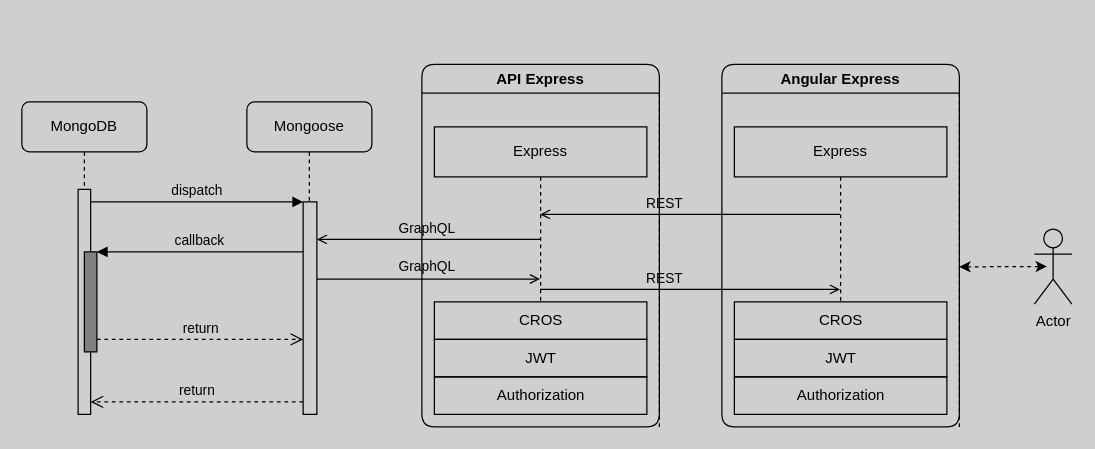
The draw.io diagram assets/architecture.drawio in karol-preiskorn/3d-inventory-api, before the edit. Source tidied: cells renumbered, new cells numbered last; positions are measured from the earlier drawing's top-left corner, leaving out a move shared by most shapes. Both pictures are drawn from the tidied source at 125%, with x=0, y=0 at pixel (21, 64).
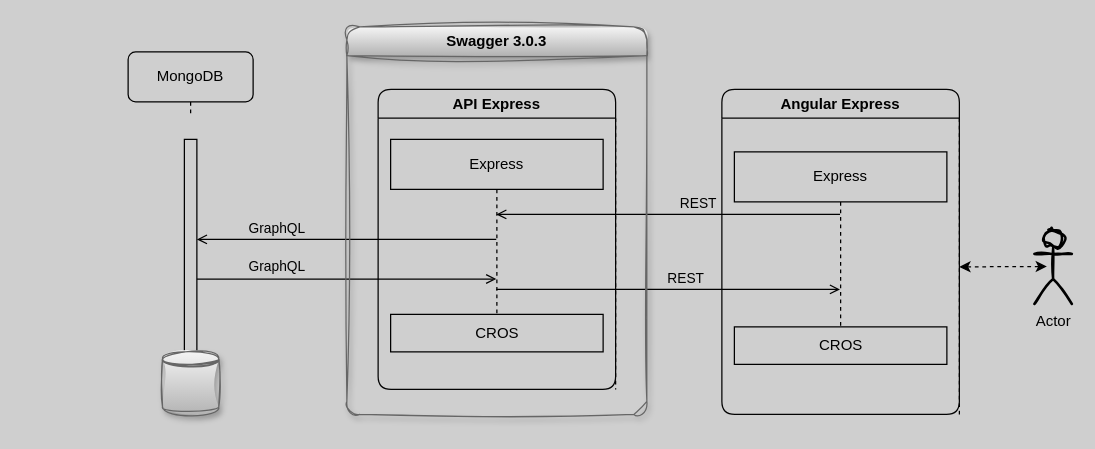
After the change.

Unchanged cells that the change refers to:
```xml
<mxCell id="3" style="html=1;points=[];perimeter=orthogonalPerimeter;outlineConnect=0;targetShapes=umlLifeline;portConstraint=eastwest;newEdgeStyle={&quot;edgeStyle&quot;:&quot;elbowEdgeStyle&quot;,&quot;elbow&quot;:&quot;vertical&quot;,&quot;curved&quot;:0,&quot;rounded&quot;:0};labelBorderColor=none;labelBackgroundColor=none;fontColor=#000000;fillColor=none;strokeColor=#000000;" parent="2" vertex="1">
  <mxGeometry x="45" y="70" width="10" height="180" as="geometry" />
</mxCell>
<mxCell id="21" style="endArrow=none;html=1;endFill=0;curved=1;shadow=0;startArrow=open;startFill=0;strokeColor=#000000;strokeWidth=1;labelBorderColor=none;labelBackgroundColor=none;fontColor=#000000;" parent="1" edge="1" source="13">
  <mxGeometry relative="1" as="geometry">
    <mxPoint x="654.5" y="120" as="targetPoint" />
    <Array as="points">
      <mxPoint x="544" y="120" />
    </Array>
  </mxGeometry>
</mxCell>
<mxCell id="23" style="endArrow=open;html=1;endFill=0;shadow=0;startArrow=none;startFill=0;strokeColor=#000000;strokeWidth=1;rounded=0;labelBorderColor=none;labelBackgroundColor=none;fontColor=#000000;" parent="1" edge="1" source="13">
  <mxGeometry relative="1" as="geometry">
    <mxPoint x="654.5" y="180" as="targetPoint" />
    <Array as="points">
      <mxPoint x="550" y="180" />
    </Array>
  </mxGeometry>
</mxCell>
```

Change to the diagram source:
```diff
@@
     <mxCell id="2" value="&lt;div&gt;MongoDB&lt;/div&gt;" style="shape=umlLifeline;perimeter=lifelinePerimeter;whiteSpace=wrap;html=1;newEdgeStyle={&quot;edgeStyle&quot;:&quot;elbowEdgeStyle&quot;,&quot;elbow&quot;:&quot;vertical&quot;,&quot;curved&quot;:0,&quot;rounded&quot;:0};labelBorderColor=none;labelBackgroundColor=none;fontColor=#000000;rounded=1;fillStyle=solid;fillColor=none;strokeColor=#000000;" parent="1" vertex="1">
-      <mxGeometry y="30" width="100" height="70" as="geometry" />
+      <mxGeometry x="85" y="-10" width="100" height="50" as="geometry" />
     </mxCell>
@@
-    <mxCell id="4" style="html=1;points=[];perimeter=orthogonalPerimeter;outlineConnect=0;targetShapes=umlLifeline;portConstraint=eastwest;newEdgeStyle={&quot;edgeStyle&quot;:&quot;elbowEdgeStyle&quot;,&quot;elbow&quot;:&quot;vertical&quot;,&quot;curved&quot;:0,&quot;rounded&quot;:0};labelBorderColor=none;labelBackgroundColor=none;fontColor=#000000;fillColor=#808080;strokeColor=#000000;" parent="2" vertex="1">
-      <mxGeometry x="50" y="120" width="10" height="80" as="geometry" />
-    </mxCell>
-    <mxCell id="5" value="&lt;div&gt;Mongoose&lt;/div&gt;" style="shape=umlLifeline;perimeter=lifelinePerimeter;whiteSpace=wrap;html=1;newEdgeStyle={&quot;edgeStyle&quot;:&quot;elbowEdgeStyle&quot;,&quot;elbow&quot;:&quot;vertical&quot;,&quot;curved&quot;:0,&quot;rounded&quot;:0};labelBorderColor=none;labelBackgroundColor=none;fontColor=#000000;rounded=1;fillStyle=solid;fillColor=none;strokeColor=#000000;" parent="1" vertex="1">
-      <mxGeometry x="180" y="30" width="100" height="80" as="geometry" />
-    </mxCell>
-    <mxCell id="6" style="html=1;points=[];perimeter=orthogonalPerimeter;outlineConnect=0;targetShapes=umlLifeline;portConstraint=eastwest;newEdgeStyle={&quot;edgeStyle&quot;:&quot;elbowEdgeStyle&quot;,&quot;elbow&quot;:&quot;vertical&quot;,&quot;curved&quot;:0,&quot;rounded&quot;:0};labelBorderColor=none;labelBackgroundColor=none;fontColor=#000000;fillColor=none;strokeColor=#000000;" parent="5" vertex="1">
-      <mxGeometry x="45" y="80" width="11" height="170" as="geometry" />
-    </mxCell>
-    <mxCell id="7" value="dispatch" style="html=1;verticalAlign=bottom;endArrow=block;edgeStyle=elbowEdgeStyle;elbow=vertical;curved=0;rounded=0;labelBorderColor=none;labelBackgroundColor=none;fontColor=#000000;strokeColor=#000000;" parent="1" edge="1" source="3" target="6">
-      <mxGeometry relative="1" as="geometry">
-        <Array as="points">
-          <mxPoint x="140" y="110" />
-        </Array>
-      </mxGeometry>
-    </mxCell>
-    <mxCell id="8" value="return" style="html=1;verticalAlign=bottom;endArrow=open;dashed=1;endSize=8;edgeStyle=elbowEdgeStyle;elbow=vertical;curved=0;rounded=0;labelBorderColor=none;labelBackgroundColor=none;fontColor=#000000;strokeColor=#000000;" parent="1" edge="1" source="6" target="3">
-      <mxGeometry relative="1" as="geometry">
-        <Array as="points">
-          <mxPoint x="150" y="270" />
-        </Array>
-      </mxGeometry>
-    </mxCell>
-    <mxCell id="9" value="callback" style="html=1;verticalAlign=bottom;endArrow=block;edgeStyle=elbowEdgeStyle;elbow=vertical;curved=0;rounded=0;labelBorderColor=none;labelBackgroundColor=none;fontColor=#000000;strokeColor=#000000;" parent="1" edge="1" source="6" target="4">
-      <mxGeometry relative="1" as="geometry">
-        <Array as="points">
-          <mxPoint x="150" y="150" />
-        </Array>
-      </mxGeometry>
-    </mxCell>
-    <mxCell id="10" value="return" style="html=1;verticalAlign=bottom;endArrow=open;dashed=1;endSize=8;edgeStyle=elbowEdgeStyle;elbow=vertical;curved=0;rounded=0;labelBorderColor=none;labelBackgroundColor=none;fontColor=#000000;strokeColor=#000000;" parent="1" edge="1" source="4" target="6">
-      <mxGeometry relative="1" as="geometry">
-        <Array as="points">
-          <mxPoint x="140" y="220" />
-        </Array>
-      </mxGeometry>
-    </mxCell>
     <mxCell id="11" value="API Express" style="swimlane;whiteSpace=wrap;html=1;rounded=1;shadow=0;labelBorderColor=none;labelBackgroundColor=none;fontColor=#000000;separatorColor=#000000;fillColor=none;strokeColor=#030303;" parent="1" vertex="1">
-      <mxGeometry x="320" width="190" height="290" as="geometry" />
+      <mxGeometry x="285" y="20" width="190" height="240" as="geometry" />
     </mxCell>
-    <mxCell id="12" value="Authorization" style="html=1;perimeter=orthogonalPerimeter;targetShapes=umlLifeline;newEdgeStyle={&quot;edgeStyle&quot;:&quot;elbowEdgeStyle&quot;,&quot;elbow&quot;:&quot;vertical&quot;,&quot;curved&quot;:0,&quot;rounded&quot;:0};labelBorderColor=none;labelBackgroundColor=none;fontColor=#000000;fillColor=none;strokeColor=#000000;" parent="11" vertex="1">
-      <mxGeometry x="10" y="250" width="170" height="30" as="geometry" />
-    </mxCell>
-    <mxCell id="13" value="Express" style="shape=umlLifeline;perimeter=lifelinePerimeter;whiteSpace=wrap;html=1;outlineConnect=0;portConstraint=eastwest;newEdgeStyle={&quot;edgeStyle&quot;:&quot;elbowEdgeStyle&quot;,&quot;elbow&quot;:&quot;vertical&quot;,&quot;curved&quot;:0,&quot;rounded&quot;:0};labelBorderColor=none;labelBackgroundColor=none;fontColor=#000000;strokeColor=#000000;fillColor=none;" parent="11" vertex="1">
-      <mxGeometry x="10" y="50" width="170" height="140" as="geometry" />
-    </mxCell>
-    <mxCell id="14" value="CROS" style="html=1;perimeter=orthogonalPerimeter;targetShapes=umlLifeline;newEdgeStyle={&quot;edgeStyle&quot;:&quot;elbowEdgeStyle&quot;,&quot;elbow&quot;:&quot;vertical&quot;,&quot;curved&quot;:0,&quot;rounded&quot;:0};labelBorderColor=none;labelBackgroundColor=none;fontColor=#000000;fillStyle=solid;strokeColor=#000000;fillColor=none;" parent="13" vertex="1">
-      <mxGeometry y="140" width="170" height="30" as="geometry" />
-    </mxCell>
-    <mxCell id="15" value="&lt;div&gt;JWT&lt;/div&gt;" style="html=1;perimeter=orthogonalPerimeter;targetShapes=umlLifeline;newEdgeStyle={&quot;edgeStyle&quot;:&quot;elbowEdgeStyle&quot;,&quot;elbow&quot;:&quot;vertical&quot;,&quot;curved&quot;:0,&quot;rounded&quot;:0};labelBorderColor=none;labelBackgroundColor=none;fontColor=#000000;fillColor=none;strokeColor=#000000;" parent="11" vertex="1">
-      <mxGeometry x="10" y="220" width="170" height="30" as="geometry" />
-    </mxCell>
-    <mxCell id="16" style="endArrow=open;html=1;endFill=0;shadow=0;startArrow=none;startFill=0;strokeColor=#000000;strokeWidth=1;rounded=0;labelBorderColor=none;labelBackgroundColor=none;fontColor=#000000;" parent="1" edge="1" source="6" target="13">
+    <mxCell id="16" style="endArrow=open;html=1;endFill=0;shadow=0;startArrow=none;startFill=0;strokeColor=#000000;strokeWidth=1;rounded=0;labelBorderColor=none;labelBackgroundColor=none;fontColor=#000000;" parent="1" edge="1" source="3" target="13">
       <mxGeometry relative="1" as="geometry">
         <Array as="points">
           <mxPoint x="360.5" y="171.7" />
         </Array>
       </mxGeometry>
     </mxCell>
     <mxCell id="17" value="GraphQL" style="edgeLabel;html=1;align=center;verticalAlign=middle;labelBorderColor=none;labelBackgroundColor=none;fontColor=#000000;" parent="16" vertex="1">
       <mxGeometry x="-0.61" y="2" relative="1" as="geometry">
-        <mxPoint x="52" y="-8" as="offset" />
+        <mxPoint x="16" y="-8" as="offset" />
       </mxGeometry>
     </mxCell>
-    <mxCell id="18" value="Actor" style="shape=umlActor;verticalLabelPosition=bottom;verticalAlign=top;html=1;labelBorderColor=none;labelBackgroundColor=none;fontColor=#000000;strokeColor=#000000;fillColor=none;" parent="1" vertex="1">
+    <mxCell id="18" value="Actor" style="shape=umlActor;verticalLabelPosition=bottom;verticalAlign=top;html=1;labelBorderColor=none;labelBackgroundColor=none;fontColor=#000000;strokeColor=#000000;fillColor=none;sketch=1;curveFitting=1;jiggle=2;strokeWidth=2;" parent="1" vertex="1">
       <mxGeometry x="810" y="131.7" width="30" height="60" as="geometry" />
     </mxCell>
-    <mxCell id="19" style="endArrow=none;html=1;endFill=0;curved=1;shadow=0;startArrow=open;startFill=0;strokeColor=#000000;strokeWidth=1;labelBorderColor=none;labelBackgroundColor=none;fontColor=#000000;" parent="1" edge="1" source="6" target="13">
+    <mxCell id="19" style="endArrow=none;html=1;endFill=0;curved=1;shadow=0;startArrow=open;startFill=0;strokeColor=#000000;strokeWidth=1;labelBorderColor=none;labelBackgroundColor=none;fontColor=#000000;" parent="1" edge="1" source="3" target="13">
       <mxGeometry relative="1" as="geometry">
         <Array as="points">
           <mxPoint x="360" y="140" />
         </Array>
       </mxGeometry>
     </mxCell>
     <mxCell id="20" value="GraphQL" style="edgeLabel;html=1;align=center;verticalAlign=middle;labelBorderColor=none;labelBackgroundColor=none;fontColor=#000000;" parent="19" vertex="1">
       <mxGeometry x="-0.61" y="2" relative="1" as="geometry">
-        <mxPoint x="52" y="-8" as="offset" />
+        <mxPoint x="16" y="-8" as="offset" />
       </mxGeometry>
     </mxCell>
@@
     <mxCell id="22" value="REST" style="edgeLabel;html=1;align=center;verticalAlign=middle;labelBorderColor=none;labelBackgroundColor=none;fontColor=#000000;" parent="21" vertex="1">
       <mxGeometry x="-0.61" y="2" relative="1" as="geometry">
-        <mxPoint x="52" y="-8" as="offset" />
+        <mxPoint x="107" y="-8" as="offset" />
       </mxGeometry>
     </mxCell>
@@
     <mxCell id="24" value="REST" style="edgeLabel;html=1;align=center;verticalAlign=middle;labelBorderColor=none;labelBackgroundColor=none;fontColor=#000000;" parent="23" vertex="1">
       <mxGeometry x="-0.61" y="2" relative="1" as="geometry">
-        <mxPoint x="52" y="-8" as="offset" />
+        <mxPoint x="97" y="-8" as="offset" />
       </mxGeometry>
     </mxCell>
@@
     <mxCell id="26" value="Angular Express" style="swimlane;whiteSpace=wrap;html=1;rounded=1;shadow=0;labelBorderColor=none;labelBackgroundColor=none;fontColor=#000000;separatorColor=#000000;fillColor=none;strokeColor=#030303;" parent="1" vertex="1">
-      <mxGeometry x="560" width="190" height="290" as="geometry" />
+      <mxGeometry x="560" y="20" width="190" height="260" as="geometry" />
     </mxCell>
-    <mxCell id="27" value="Authorization" style="html=1;perimeter=orthogonalPerimeter;targetShapes=umlLifeline;newEdgeStyle={&quot;edgeStyle&quot;:&quot;elbowEdgeStyle&quot;,&quot;elbow&quot;:&quot;vertical&quot;,&quot;curved&quot;:0,&quot;rounded&quot;:0};labelBorderColor=none;labelBackgroundColor=none;fontColor=#000000;fillColor=none;strokeColor=#000000;" parent="26" vertex="1">
-      <mxGeometry x="10" y="250" width="170" height="30" as="geometry" />
-    </mxCell>
@@
-    <mxCell id="30" value="&lt;div&gt;JWT&lt;/div&gt;" style="html=1;perimeter=orthogonalPerimeter;targetShapes=umlLifeline;newEdgeStyle={&quot;edgeStyle&quot;:&quot;elbowEdgeStyle&quot;,&quot;elbow&quot;:&quot;vertical&quot;,&quot;curved&quot;:0,&quot;rounded&quot;:0};labelBorderColor=none;labelBackgroundColor=none;fontColor=#000000;fillColor=none;strokeColor=#000000;" parent="26" vertex="1">
-      <mxGeometry x="10" y="220" width="170" height="30" as="geometry" />
-    </mxCell>
+    <mxCell id="31" value="&lt;font color=&quot;#000000&quot;&gt;Swagger 3.0.3&lt;/font&gt;" style="swimlane;whiteSpace=wrap;html=1;fillColor=#f5f5f5;strokeColor=#666666;rounded=1;sketch=1;curveFitting=1;jiggle=2;shadow=1;glass=0;swimlaneFillColor=none;gradientColor=#b3b3b3;" parent="1" vertex="1">
+      <mxGeometry x="260" y="-30" width="240" height="310" as="geometry" />
+    </mxCell>
+    <mxCell id="13" value="Express" style="shape=umlLifeline;perimeter=lifelinePerimeter;whiteSpace=wrap;html=1;outlineConnect=0;portConstraint=eastwest;newEdgeStyle={&quot;edgeStyle&quot;:&quot;elbowEdgeStyle&quot;,&quot;elbow&quot;:&quot;vertical&quot;,&quot;curved&quot;:0,&quot;rounded&quot;:0};labelBorderColor=none;labelBackgroundColor=none;fontColor=#000000;strokeColor=#000000;fillColor=none;" parent="31" vertex="1">
+      <mxGeometry x="35" y="90" width="170" height="140" as="geometry" />
+    </mxCell>
+    <mxCell id="14" value="CROS" style="html=1;perimeter=orthogonalPerimeter;targetShapes=umlLifeline;newEdgeStyle={&quot;edgeStyle&quot;:&quot;elbowEdgeStyle&quot;,&quot;elbow&quot;:&quot;vertical&quot;,&quot;curved&quot;:0,&quot;rounded&quot;:0};labelBorderColor=none;labelBackgroundColor=none;fontColor=#000000;fillStyle=solid;strokeColor=#000000;fillColor=none;" parent="13" vertex="1">
+      <mxGeometry y="140" width="170" height="30" as="geometry" />
+    </mxCell>
+    <mxCell id="32" style="shape=datastore;whiteSpace=wrap;html=1;sketch=1;curveFitting=1;jiggle=2;shadow=1;fillColor=#f5f5f5;gradientColor=#b3b3b3;strokeColor=#666666;" parent="1" vertex="1">
+      <mxGeometry x="112.5" y="230" width="45" height="50" as="geometry" />
+    </mxCell>
```
